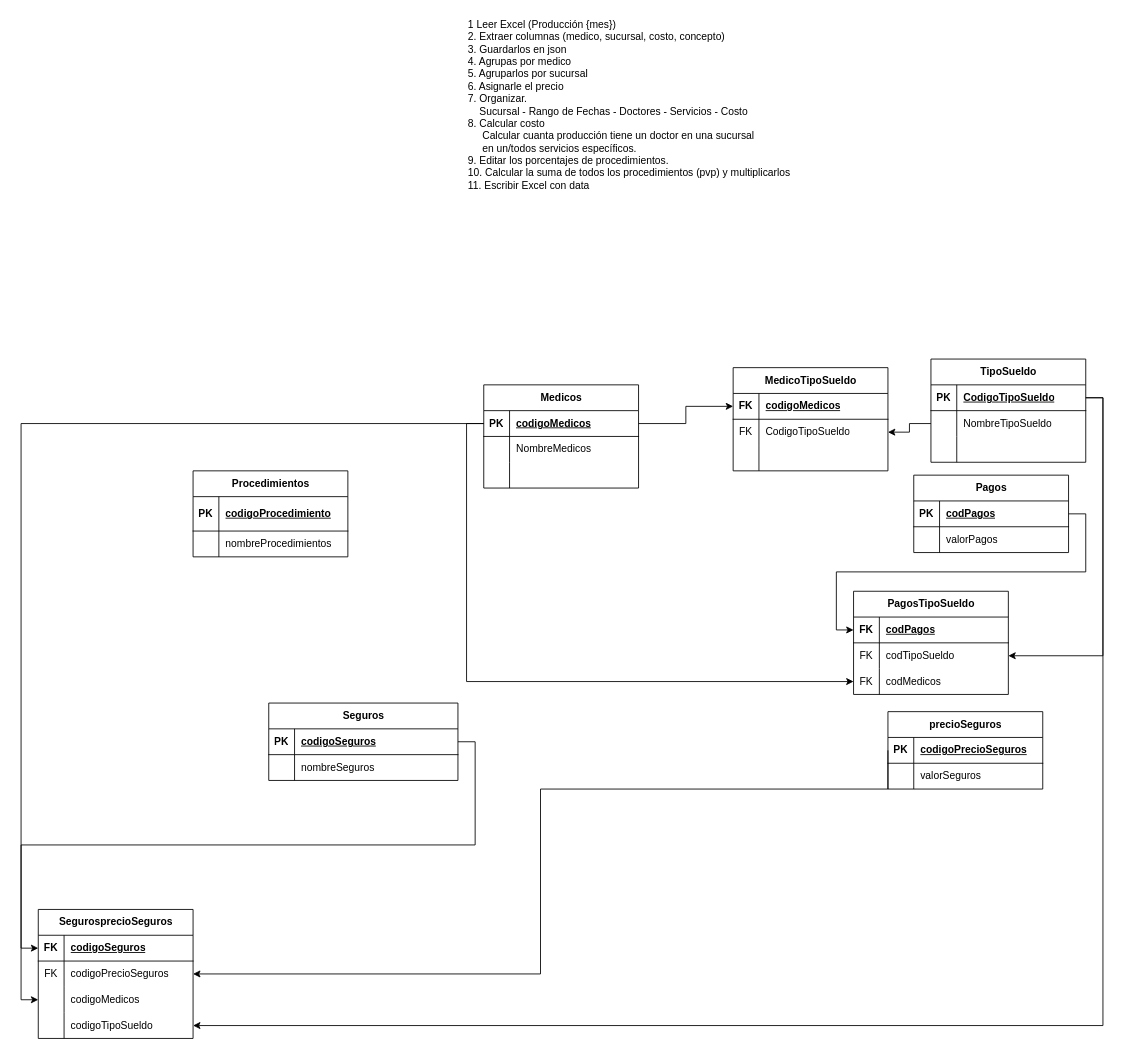
Before: scheema/Copia de daniel.drawio in gitbatmanhub/honorarios, a draw.io diagram. Source tidied: cells renumbered, new cells numbered last; positions are measured from the earlier drawing's top-left corner, leaving out a move shared by most shapes. Both pictures are drawn from the tidied source at 86%, with x=0, y=0 at pixel (38, 15).
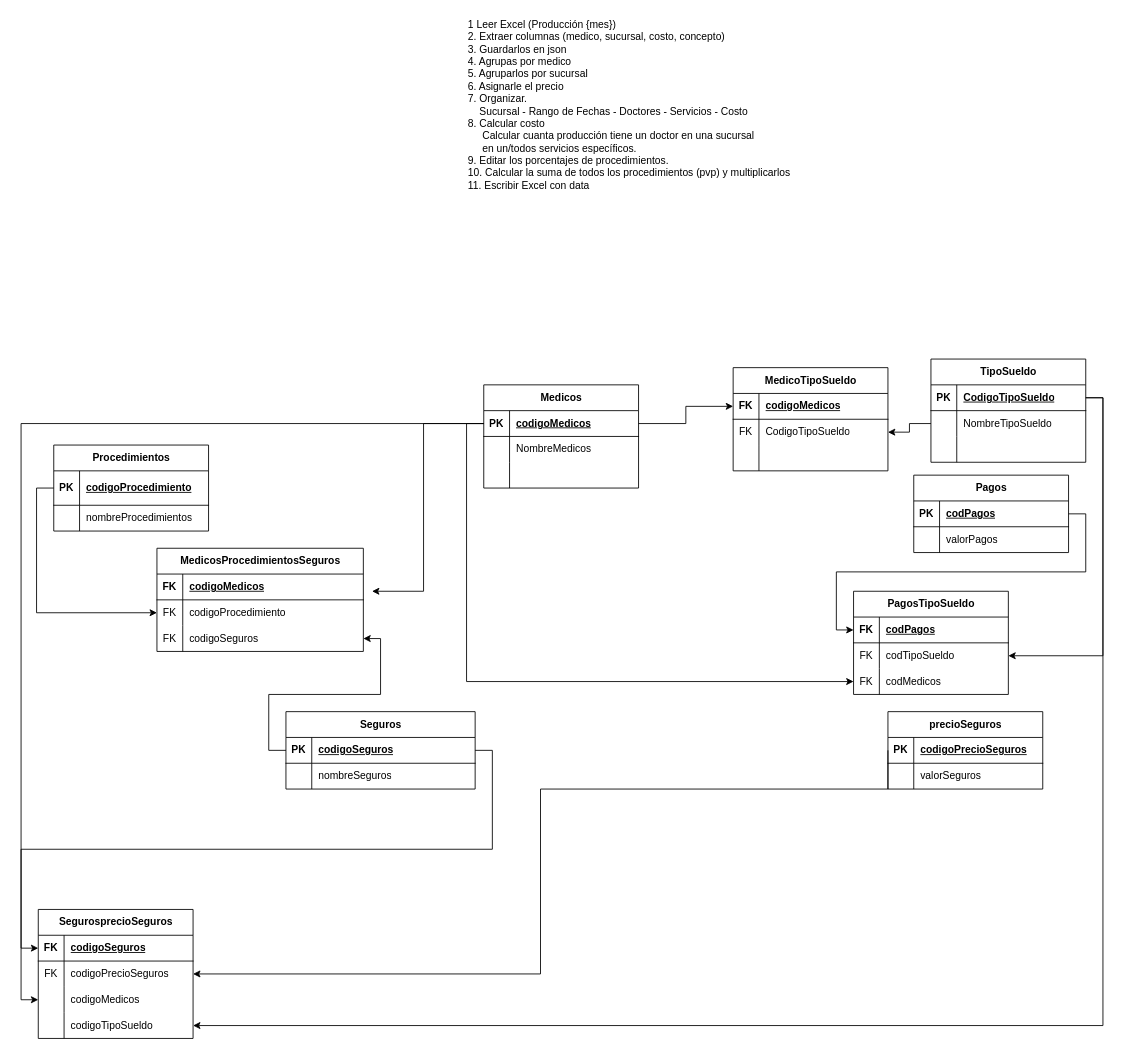
After the change.

The change refers to these unchanged cells:
```xml
<mxCell id="4" style="shape=tableRow;horizontal=0;startSize=0;swimlaneHead=0;swimlaneBody=0;fillColor=none;points=[[0,0.5],[1,0.5]];portConstraint=eastwest;top=0;left=0;right=0;bottom=1;" parent="3" vertex="1">
  <mxGeometry y="30" width="180" height="30" as="geometry" />
</mxCell>
<mxCell id="56" style="shape=tableRow;horizontal=0;startSize=0;swimlaneHead=0;swimlaneBody=0;fillColor=none;points=[[0,0.5],[1,0.5]];portConstraint=eastwest;top=0;left=0;right=0;bottom=1;" parent="55" vertex="1">
  <mxGeometry y="30" width="220" height="30" as="geometry" />
</mxCell>
<mxCell id="87" style="shape=tableRow;horizontal=0;startSize=0;swimlaneHead=0;swimlaneBody=0;fillColor=none;points=[[0,0.5],[1,0.5]];portConstraint=eastwest;top=0;left=0;right=0;bottom=1;" parent="86" vertex="1">
  <mxGeometry y="30" width="180" height="40" as="geometry" />
</mxCell>
```

The edit, as a diff of the source:
```diff
@@
     <mxCell id="55" value="Seguros" style="shape=table;startSize=30;childLayout=tableLayout;rowLines=0;fontStyle=1;align=center;html=1;" parent="1" vertex="1">
-      <mxGeometry x="268" y="800" width="220" height="90" as="geometry" />
+      <mxGeometry x="288" y="810" width="220" height="90" as="geometry" />
     </mxCell>
@@
     <mxCell id="86" value="Procedimientos" style="shape=table;startSize=30;childLayout=tableLayout;rowLines=0;fontStyle=1;align=center;html=1;" parent="1" vertex="1">
-      <mxGeometry x="180" y="530" width="180" height="100" as="geometry" />
+      <mxGeometry x="18" y="500" width="180" height="100" as="geometry" />
     </mxCell>
@@
+    <mxCell id="93" value="MedicosProcedimientosSeguros" style="shape=table;startSize=30;childLayout=tableLayout;rowLines=0;fontStyle=1;align=center;html=1;" parent="1" vertex="1">
+      <mxGeometry x="138" y="620" width="240" height="120" as="geometry" />
+    </mxCell>
+    <mxCell id="94" style="shape=tableRow;horizontal=0;startSize=0;swimlaneHead=0;swimlaneBody=0;fillColor=none;points=[[0,0.5],[1,0.5]];portConstraint=eastwest;top=0;left=0;right=0;bottom=1;" parent="93" vertex="1">
+      <mxGeometry y="30" width="240" height="30" as="geometry" />
+    </mxCell>
+    <mxCell id="95" value="FK" style="shape=partialRectangle;fillColor=none;top=0;left=0;bottom=0;right=0;fontStyle=1;overflow=hidden;whiteSpace=wrap;html=1;" parent="94" vertex="1">
+      <mxGeometry width="30" height="30" as="geometry" />
+    </mxCell>
+    <mxCell id="96" value="codigoMedicos" style="shape=partialRectangle;fillColor=none;top=0;left=0;bottom=0;right=0;align=left;spacingLeft=6;fontStyle=5;overflow=hidden;whiteSpace=wrap;html=1;" parent="94" vertex="1">
+      <mxGeometry x="30" width="210" height="30" as="geometry" />
+    </mxCell>
+    <mxCell id="97" style="shape=tableRow;horizontal=0;startSize=0;swimlaneHead=0;swimlaneBody=0;fillColor=none;points=[[0,0.5],[1,0.5]];portConstraint=eastwest;top=0;left=0;right=0;bottom=0;" parent="93" vertex="1">
+      <mxGeometry y="60" width="240" height="30" as="geometry" />
+    </mxCell>
+    <mxCell id="98" value="FK" style="shape=partialRectangle;fillColor=none;top=0;left=0;bottom=0;right=0;overflow=hidden;whiteSpace=wrap;html=1;" parent="97" vertex="1">
+      <mxGeometry width="30" height="30" as="geometry" />
+    </mxCell>
+    <mxCell id="99" value="codigoProcedimiento" style="shape=partialRectangle;fillColor=none;top=0;left=0;bottom=0;right=0;align=left;spacingLeft=6;overflow=hidden;whiteSpace=wrap;html=1;" parent="97" vertex="1">
+      <mxGeometry x="30" width="210" height="30" as="geometry" />
+    </mxCell>
+    <mxCell id="100" style="shape=tableRow;horizontal=0;startSize=0;swimlaneHead=0;swimlaneBody=0;fillColor=none;points=[[0,0.5],[1,0.5]];portConstraint=eastwest;top=0;left=0;right=0;bottom=0;" parent="93" vertex="1">
+      <mxGeometry y="90" width="240" height="30" as="geometry" />
+    </mxCell>
+    <mxCell id="101" value="FK" style="shape=partialRectangle;fillColor=none;top=0;left=0;bottom=0;right=0;overflow=hidden;whiteSpace=wrap;html=1;" parent="100" vertex="1">
+      <mxGeometry width="30" height="30" as="geometry" />
+    </mxCell>
+    <mxCell id="102" value="codigoSeguros" style="shape=partialRectangle;fillColor=none;top=0;left=0;bottom=0;right=0;align=left;spacingLeft=6;overflow=hidden;whiteSpace=wrap;html=1;" parent="100" vertex="1">
+      <mxGeometry x="30" width="210" height="30" as="geometry" />
+    </mxCell>
+    <mxCell id="103" style="edgeStyle=orthogonalEdgeStyle;rounded=0;jettySize=auto;html=1;exitX=0;exitY=0.5;exitDx=0;exitDy=0;entryX=1;entryY=0.5;entryDx=0;entryDy=0;" parent="1" edge="1" source="56" target="100">
+      <mxGeometry relative="1" as="geometry" />
+    </mxCell>
+    <mxCell id="104" style="edgeStyle=orthogonalEdgeStyle;rounded=0;jettySize=auto;html=1;exitX=0;exitY=0.5;exitDx=0;exitDy=0;entryX=0;entryY=0.5;entryDx=0;entryDy=0;" parent="1" edge="1" source="87" target="97">
+      <mxGeometry relative="1" as="geometry" />
+    </mxCell>
+    <mxCell id="105" style="edgeStyle=orthogonalEdgeStyle;rounded=0;jettySize=auto;html=1;exitX=0;exitY=0.5;exitDx=0;exitDy=0;entryX=1.042;entryY=0.667;entryDx=0;entryDy=0;entryPerimeter=0;" parent="1" edge="1" source="4" target="94">
+      <mxGeometry relative="1" as="geometry" />
+    </mxCell>
```
